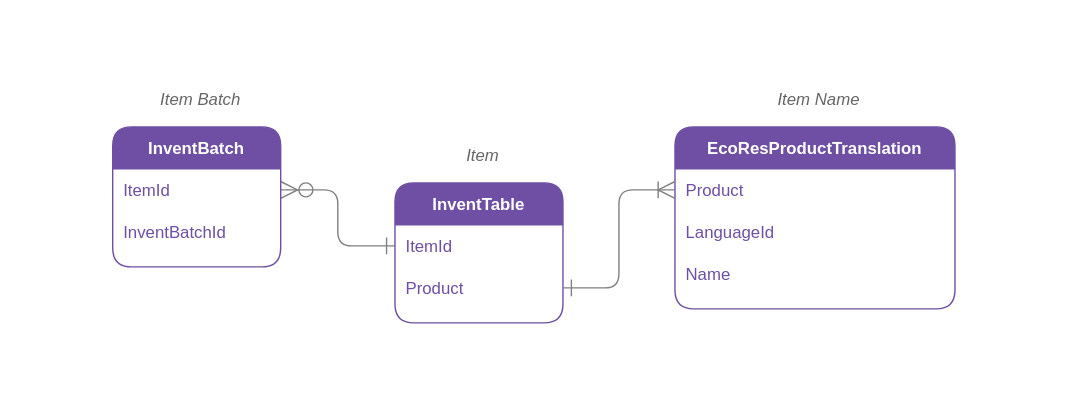
janusvrensburg/ms-d365-fo keeps this draw.io diagram as svg/item-batch.drawio.svg. Above is the earlier version. Source tidied: cells renumbered, new cells last; positions are measured from the earlier drawing's top-left corner, leaving out a move shared by most shapes.
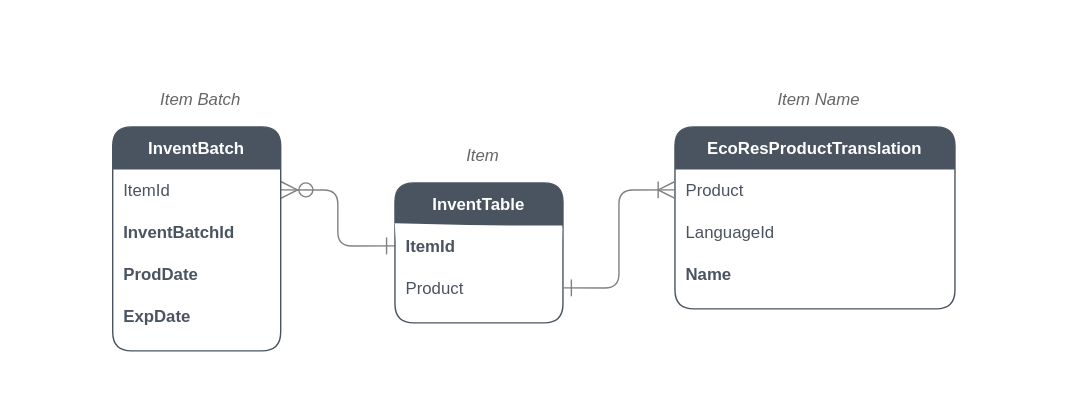
After the change.

Change to the diagram source:
```diff
@@ -5,55 +5,67 @@
     <mxCell id="2" style="edgeStyle=orthogonalEdgeStyle;rounded=1;jettySize=auto;html=1;entryX=1;entryY=0.5;entryDx=0;entryDy=0;startFill=0;startArrow=ERone;fontFamily=Helvetica;sketch=0;targetPerimeterSpacing=10;sourcePerimeterSpacing=10;endSize=10;startSize=10;endFill=1;endArrow=ERzeroToMany;strokeColor=#808080;fillOpacity=0;exitX=0;exitY=0.5;exitDx=0;exitDy=0;" parent="1" edge="1" source="9" target="4">
       <mxGeometry relative="1" as="geometry" />
     </mxCell>
-    <mxCell id="3" value="InventBatch" style="shape=table;startSize=30;rowLines=0;fontStyle=1;align=center;fontFamily=Helvetica;sketch=0;rounded=1;labelBackgroundColor=none;fillStyle=solid;fontColor=#FFFFFF;fillColor=#6E4FA3;strokeColor=#6E4FA3;" parent="1" vertex="1">
-      <mxGeometry x="80" y="90" width="120" height="100" as="geometry" />
+    <mxCell id="3" value="InventBatch" style="shape=table;startSize=30;rowLines=0;fontStyle=1;align=center;fontFamily=Helvetica;sketch=0;rounded=1;labelBackgroundColor=none;fillStyle=solid;fontColor=#FFFFFF;fillColor=#4A5461;strokeColor=#4A5461;" parent="1" vertex="1">
+      <mxGeometry x="80" y="90" width="120" height="160" as="geometry" />
     </mxCell>
     <mxCell id="4" style="shape=partialRectangle;fillColor=none;top=0;left=0;bottom=0;right=0;points=[[0,0.5],[1,0.5]];portConstraint=eastwest;fontFamily=Helvetica;sketch=1;" parent="3" vertex="1">
       <mxGeometry y="30" width="120" height="30" as="geometry" />
     </mxCell>
-    <mxCell id="5" value="ItemId" style="shape=partialRectangle;fillColor=none;top=0;left=0;bottom=0;right=0;align=left;spacingLeft=6;overflow=hidden;fontFamily=Helvetica;sketch=1;labelBackgroundColor=none;labelBorderColor=none;fontColor=#6E4FA3;" parent="4" vertex="1">
+    <mxCell id="5" value="ItemId" style="shape=partialRectangle;fillColor=none;top=0;left=0;bottom=0;right=0;align=left;spacingLeft=6;overflow=hidden;fontFamily=Helvetica;sketch=1;labelBackgroundColor=none;labelBorderColor=none;fontColor=#4A5461;" parent="4" vertex="1">
       <mxGeometry width="120" height="30" as="geometry" />
     </mxCell>
     <mxCell id="6" style="shape=partialRectangle;fillColor=none;top=0;left=0;bottom=0;right=0;fontFamily=Helvetica;sketch=1;fontStyle=5;" parent="3" vertex="1">
       <mxGeometry y="60" width="120" height="30" as="geometry" />
     </mxCell>
-    <mxCell id="7" value="InventBatchId" style="shape=partialRectangle;fillColor=none;top=0;left=0;bottom=0;right=0;align=left;spacingLeft=6;overflow=hidden;fontFamily=Helvetica;sketch=1;fontColor=#6E4FA3;" parent="6" vertex="1">
+    <mxCell id="7" value="InventBatchId" style="shape=partialRectangle;fillColor=none;top=0;left=0;bottom=0;right=0;align=left;spacingLeft=6;overflow=hidden;fontFamily=Helvetica;sketch=1;fontColor=#4A5461;fontStyle=1;" parent="6" vertex="1">
       <mxGeometry width="120" height="30" as="geometry" />
     </mxCell>
+    <mxCell id="26" style="shape=partialRectangle;fillColor=none;top=0;left=0;bottom=0;right=0;fontFamily=Helvetica;sketch=1;fontStyle=5;" parent="3" vertex="1">
+      <mxGeometry y="90" width="120" height="30" as="geometry" />
+    </mxCell>
+    <mxCell id="27" value="ProdDate" style="shape=partialRectangle;fillColor=none;top=0;left=0;bottom=0;right=0;align=left;spacingLeft=6;overflow=hidden;fontFamily=Helvetica;sketch=1;fontColor=#4A5461;fontStyle=1;" parent="26" vertex="1">
+      <mxGeometry width="120" height="30" as="geometry" />
+    </mxCell>
+    <mxCell id="28" style="shape=partialRectangle;fillColor=none;top=0;left=0;bottom=0;right=0;fontFamily=Helvetica;sketch=1;fontStyle=5;" parent="3" vertex="1">
+      <mxGeometry y="120" width="120" height="30" as="geometry" />
+    </mxCell>
+    <mxCell id="29" value="ExpDate" style="shape=partialRectangle;fillColor=none;top=0;left=0;bottom=0;right=0;align=left;spacingLeft=6;overflow=hidden;fontFamily=Helvetica;sketch=1;fontColor=#4A5461;fontStyle=1;" parent="28" vertex="1">
+      <mxGeometry width="120" height="30" as="geometry" />
+    </mxCell>
-    <mxCell id="8" value="InventTable" style="shape=table;startSize=30;rowLines=0;fontStyle=1;align=center;fontFamily=Helvetica;sketch=0;rounded=1;labelBackgroundColor=none;fillStyle=solid;fontColor=#FFFFFF;fillColor=#6E4FA3;strokeColor=#6E4FA3;" parent="1" vertex="1">
+    <mxCell id="8" value="InventTable" style="shape=table;startSize=30;rowLines=0;fontStyle=1;align=center;fontFamily=Helvetica;sketch=0;rounded=1;labelBackgroundColor=none;fillStyle=solid;fontColor=#FFFFFF;fillColor=#4A5461;strokeColor=#4A5461;" parent="1" vertex="1">
       <mxGeometry x="281.6" y="130" width="120" height="100" as="geometry" />
     </mxCell>
     <mxCell id="9" style="shape=partialRectangle;fillColor=none;top=0;left=0;bottom=0;right=0;points=[[0,0.5],[1,0.5]];portConstraint=eastwest;fontFamily=Helvetica;sketch=1;" parent="8" vertex="1">
       <mxGeometry y="30" width="120" height="30" as="geometry" />
     </mxCell>
-    <mxCell id="10" value="ItemId" style="shape=partialRectangle;fillColor=none;top=0;left=0;bottom=0;right=0;align=left;spacingLeft=6;overflow=hidden;fontFamily=Helvetica;sketch=1;labelBackgroundColor=none;labelBorderColor=none;fontColor=#6E4FA3;" parent="9" vertex="1">
+    <mxCell id="10" value="ItemId" style="shape=partialRectangle;top=0;left=0;bottom=0;right=0;align=left;spacingLeft=6;overflow=hidden;fontFamily=Helvetica;sketch=1;labelBackgroundColor=none;labelBorderColor=none;fontColor=#4A5461;fontStyle=1;" parent="9" vertex="1">
       <mxGeometry width="120" height="30" as="geometry" />
     </mxCell>
     <mxCell id="11" style="shape=partialRectangle;fillColor=none;top=0;left=0;bottom=0;right=0;points=[[0,0.5],[1,0.5]];portConstraint=eastwest;fontFamily=Helvetica;sketch=1;fontStyle=5;" parent="8" vertex="1">
       <mxGeometry y="60" width="120" height="30" as="geometry" />
     </mxCell>
-    <mxCell id="12" value="Product" style="shape=partialRectangle;fillColor=none;top=0;left=0;bottom=0;right=0;align=left;spacingLeft=6;overflow=hidden;fontFamily=Helvetica;sketch=1;fontColor=#6E4FA3;" parent="11" vertex="1">
+    <mxCell id="12" value="Product" style="shape=partialRectangle;fillColor=none;top=0;left=0;bottom=0;right=0;align=left;spacingLeft=6;overflow=hidden;fontFamily=Helvetica;sketch=1;fontColor=#4A5461;" parent="11" vertex="1">
       <mxGeometry width="120" height="30" as="geometry" />
     </mxCell>
-    <mxCell id="13" value="EcoResProductTranslation" style="shape=table;startSize=30;rowLines=0;fontStyle=1;align=center;fontFamily=Helvetica;sketch=0;rounded=1;labelBackgroundColor=none;fillStyle=solid;fontColor=#FFFFFF;fillColor=#6E4FA3;strokeColor=#6E4FA3;" parent="1" vertex="1">
+    <mxCell id="13" value="EcoResProductTranslation" style="shape=table;startSize=30;rowLines=0;fontStyle=1;align=center;fontFamily=Helvetica;sketch=0;rounded=1;labelBackgroundColor=none;fillStyle=solid;fontColor=#FFFFFF;fillColor=#4A5461;strokeColor=#4A5461;" parent="1" vertex="1">
       <mxGeometry x="481.6" y="90" width="200" height="130" as="geometry" />
     </mxCell>
     <mxCell id="14" style="shape=partialRectangle;fillColor=none;top=0;left=0;bottom=0;right=0;points=[[0,0.5],[1,0.5]];portConstraint=eastwest;fontFamily=Helvetica;sketch=1;" parent="13" vertex="1">
       <mxGeometry y="30" width="200" height="30" as="geometry" />
     </mxCell>
-    <mxCell id="15" value="Product" style="shape=partialRectangle;fillColor=none;top=0;left=0;bottom=0;right=0;align=left;spacingLeft=6;overflow=hidden;fontFamily=Helvetica;sketch=1;labelBackgroundColor=none;labelBorderColor=none;fontColor=#6E4FA3;" parent="14" vertex="1">
+    <mxCell id="15" value="Product" style="shape=partialRectangle;fillColor=none;top=0;left=0;bottom=0;right=0;align=left;spacingLeft=6;overflow=hidden;fontFamily=Helvetica;sketch=1;labelBackgroundColor=none;labelBorderColor=none;fontColor=#4A5461;" parent="14" vertex="1">
       <mxGeometry width="200" height="30" as="geometry" />
     </mxCell>
     <mxCell id="16" style="shape=partialRectangle;fillColor=none;top=0;left=0;bottom=0;right=0;fontFamily=Helvetica;sketch=1;fontStyle=5;" parent="13" vertex="1">
       <mxGeometry y="60" width="200" height="30" as="geometry" />
     </mxCell>
-    <mxCell id="17" value="LanguageId" style="shape=partialRectangle;fillColor=none;top=0;left=0;bottom=0;right=0;align=left;spacingLeft=6;overflow=hidden;fontFamily=Helvetica;sketch=1;fontColor=#6E4FA3;" parent="16" vertex="1">
+    <mxCell id="17" value="LanguageId" style="shape=partialRectangle;fillColor=none;top=0;left=0;bottom=0;right=0;align=left;spacingLeft=6;overflow=hidden;fontFamily=Helvetica;sketch=1;fontColor=#4A5461;" parent="16" vertex="1">
       <mxGeometry width="200" height="30" as="geometry" />
     </mxCell>
     <mxCell id="18" style="shape=partialRectangle;fillColor=none;top=0;left=0;bottom=0;right=0;fontFamily=Helvetica;sketch=1;fontStyle=5;" parent="13" vertex="1">
       <mxGeometry y="90" width="200" height="30" as="geometry" />
     </mxCell>
-    <mxCell id="19" value="Name" style="shape=partialRectangle;fillColor=none;top=0;left=0;bottom=0;right=0;align=left;spacingLeft=6;overflow=hidden;fontFamily=Helvetica;sketch=1;fontColor=#6E4FA3;" parent="18" vertex="1">
+    <mxCell id="19" value="Name" style="shape=partialRectangle;fillColor=none;top=0;left=0;bottom=0;right=0;align=left;spacingLeft=6;overflow=hidden;fontFamily=Helvetica;sketch=1;fontColor=#4A5461;fontStyle=1;labelBorderColor=none;" parent="18" vertex="1">
       <mxGeometry width="200" height="30" as="geometry" />
     </mxCell>
     <mxCell id="20" style="edgeStyle=orthogonalEdgeStyle;rounded=1;jettySize=auto;html=1;entryX=0;entryY=0.5;entryDx=0;entryDy=0;startFill=0;startArrow=ERone;fontFamily=Helvetica;sketch=0;targetPerimeterSpacing=10;sourcePerimeterSpacing=10;endSize=10;startSize=10;endFill=0;endArrow=ERoneToMany;strokeColor=#808080;fillOpacity=0;exitX=1;exitY=0.5;exitDx=0;exitDy=0;" parent="1" edge="1" source="11" target="14">
```
